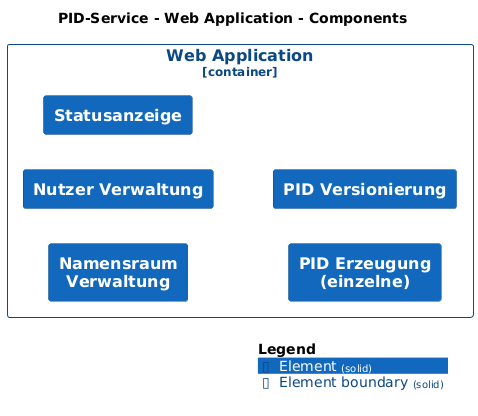
Earlier version of the PlantUML export master/png/Component-001.png (bingert/PID-System-C4-Model).
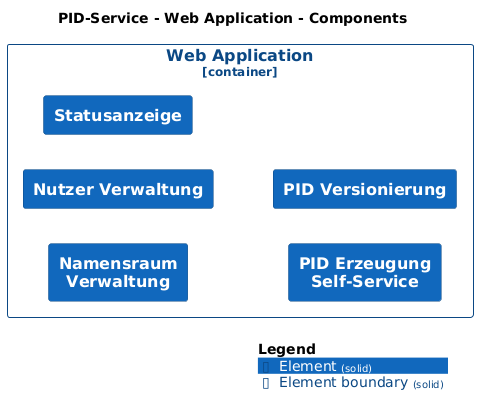
Above is the later version.

What changed in the source:
```diff
@@ -16,7 +16,7 @@
   Component(PIDService.WebApplication.NamensraumVerwaltung, "Namensraum Verwaltung", $techn="", $descr="", $tags="Element", $link="")
   Component(PIDService.WebApplication.NutzerVerwaltung, "Nutzer Verwaltung", $techn="", $descr="", $tags="Element", $link="")
   Component(PIDService.WebApplication.Statusanzeige, "Statusanzeige", $techn="", $descr="", $tags="Element", $link="")
-  Component(PIDService.WebApplication.PIDErzeugungeinzelne, "PID Erzeugung (einzelne)", $techn="", $descr="", $tags="Element", $link="")
+  Component(PIDService.WebApplication.PIDErzeugungSelfService, "PID Erzeugung Self-Service", $techn="", $descr="", $tags="Element", $link="")
   Component(PIDService.WebApplication.PIDVersionierung, "PID Versionierung", $techn="", $descr="", $tags="Element", $link="")
 }
 
```
